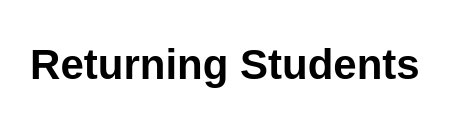
Earlier version of the draw.io diagram page "Returning" (4 of 6) of Final_Project-VetsInTech.drawio (Riverdancer2569/vetsintech). Source tidied: cells renumbered, new cells numbered last; positions are measured from the earlier drawing's top-left corner, leaving out a move shared by most shapes. Both pictures are drawn from the tidied source at 175%, with x=0, y=0 at pixel (136, 30).
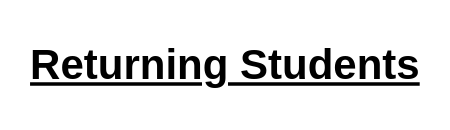
Above is the later version.

What changed in the source:
```diff
@@
 <mxGraphModel>
   <root>
     <mxCell id="0" />
     <mxCell id="1" parent="0" />
-    <mxCell id="2" value="Returning Students" style="text;strokeColor=none;fillColor=none;html=1;fontSize=24;fontStyle=1;verticalAlign=middle;align=center;labelBackgroundColor=#FFFFFF;opacity=50;" parent="1" vertex="1">
+    <mxCell id="2" value="Returning Students" style="text;strokeColor=none;fillColor=none;html=1;fontSize=24;fontStyle=5;verticalAlign=middle;align=center;labelBackgroundColor=none;opacity=50;" parent="1" vertex="1">
       <mxGeometry width="100" height="40" as="geometry" />
     </mxCell>
   </root>
 </mxGraphModel>
```
